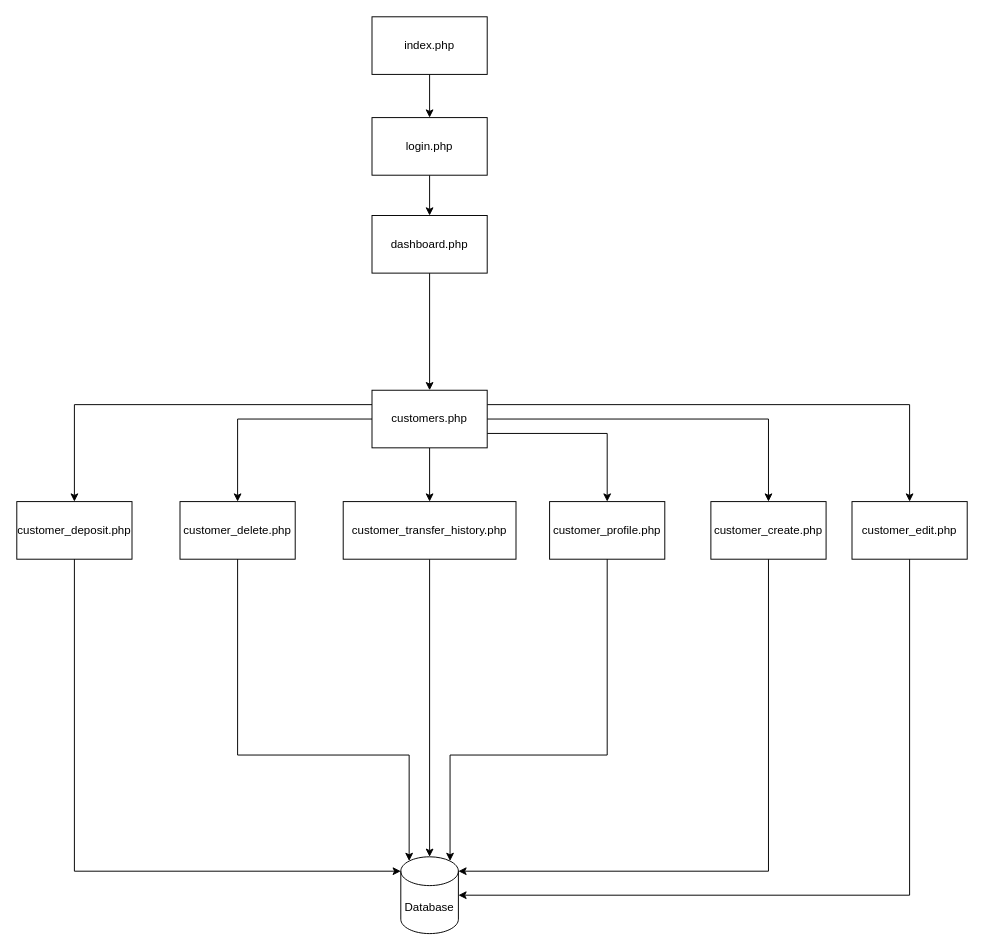
Before: docs/Admin.drawio in We1337/Web-Service-Online-Bank-Php-MySQL, a draw.io diagram. Source tidied: cells renumbered, new cells numbered last; positions are measured from the earlier drawing's top-left corner, leaving out a move shared by most shapes. Both pictures are drawn from the tidied source at 96%, with x=0, y=0 at pixel (16, 16).
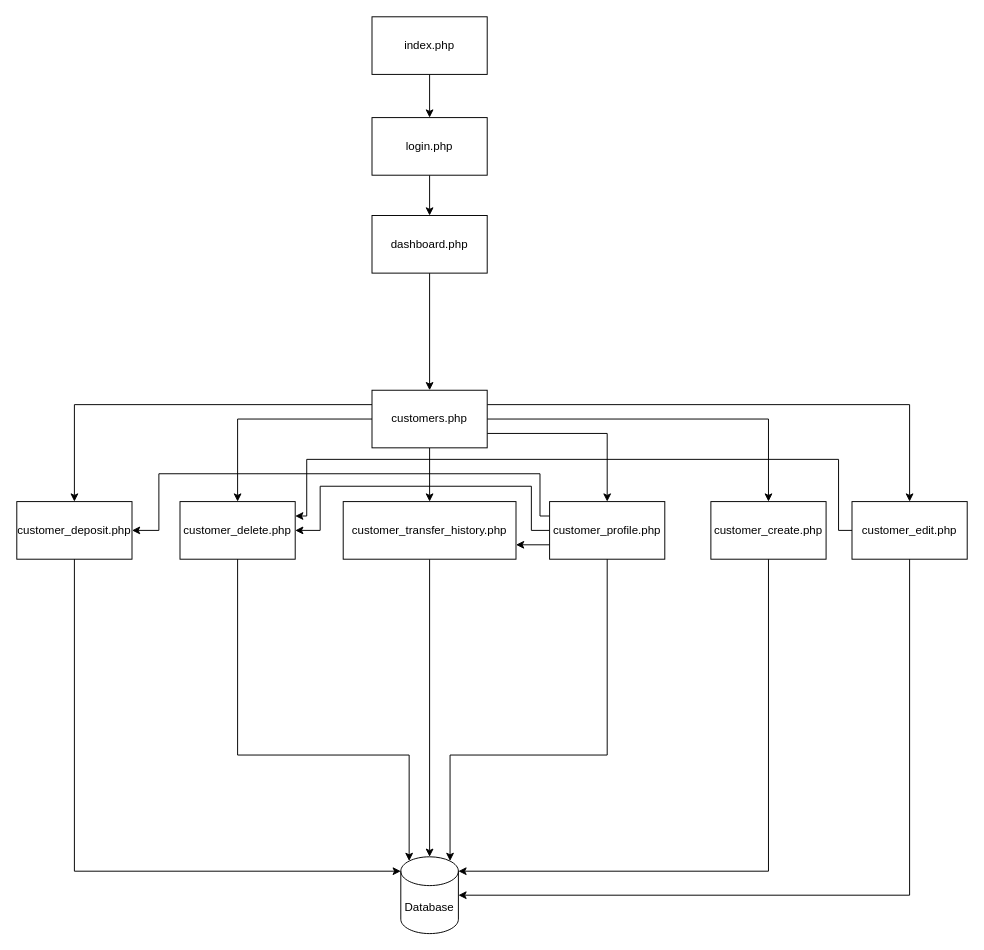
The same diagram, later.

The change refers to these unchanged cells:
```xml
<mxCell id="9" value="customer_delete.php" style="rounded=0;whiteSpace=wrap;html=1;" parent="1" vertex="1">
  <mxGeometry x="170" y="505" width="120" height="60" as="geometry" />
</mxCell>
<mxCell id="17" value="customer_edit.php" style="rounded=0;whiteSpace=wrap;html=1;" parent="1" vertex="1">
  <mxGeometry x="870" y="505" width="120" height="60" as="geometry" />
</mxCell>
<mxCell id="19" value="customer_transfer_history.php" style="rounded=0;whiteSpace=wrap;html=1;" parent="1" vertex="1">
  <mxGeometry x="340" y="505" width="180" height="60" as="geometry" />
</mxCell>
<mxCell id="20" value="customer_deposit.php" style="rounded=0;whiteSpace=wrap;html=1;" parent="1" vertex="1">
  <mxGeometry y="505" width="120" height="60" as="geometry" />
</mxCell>
<mxCell id="21" value="customer_profile.php" style="rounded=0;whiteSpace=wrap;html=1;" parent="1" vertex="1">
  <mxGeometry x="555" y="505" width="120" height="60" as="geometry" />
</mxCell>
```

What changed in the source:
```diff
@@
+    <mxCell id="28" style="edgeStyle=orthogonalEdgeStyle;rounded=0;jettySize=auto;html=1;exitX=0;exitY=0.5;exitDx=0;exitDy=0;entryX=1;entryY=0.25;entryDx=0;entryDy=0;" parent="1" edge="1" source="17" target="9">
+      <mxGeometry relative="1" as="geometry">
+        <Array as="points">
+          <mxPoint x="856" y="535" />
+          <mxPoint x="856" y="461" />
+          <mxPoint x="302" y="461" />
+          <mxPoint x="302" y="520" />
+        </Array>
+      </mxGeometry>
+    </mxCell>
@@
+    <mxCell id="29" style="edgeStyle=orthogonalEdgeStyle;rounded=0;jettySize=auto;html=1;exitX=0;exitY=0.5;exitDx=0;exitDy=0;entryX=1;entryY=0.5;entryDx=0;entryDy=0;" parent="1" edge="1" source="21" target="9">
+      <mxGeometry relative="1" as="geometry">
+        <Array as="points">
+          <mxPoint x="536" y="535" />
+          <mxPoint x="536" y="489" />
+          <mxPoint x="316" y="489" />
+          <mxPoint x="316" y="535" />
+        </Array>
+      </mxGeometry>
+    </mxCell>
+    <mxCell id="30" style="edgeStyle=orthogonalEdgeStyle;rounded=0;jettySize=auto;html=1;exitX=0;exitY=0.25;exitDx=0;exitDy=0;entryX=1;entryY=0.5;entryDx=0;entryDy=0;" parent="1" edge="1" source="21" target="20">
+      <mxGeometry relative="1" as="geometry">
+        <Array as="points">
+          <mxPoint x="545" y="520" />
+          <mxPoint x="545" y="476" />
+          <mxPoint x="148" y="476" />
+          <mxPoint x="148" y="535" />
+        </Array>
+      </mxGeometry>
+    </mxCell>
+    <mxCell id="31" style="edgeStyle=orthogonalEdgeStyle;rounded=0;jettySize=auto;html=1;exitX=0;exitY=0.75;exitDx=0;exitDy=0;entryX=1;entryY=0.75;entryDx=0;entryDy=0;" parent="1" edge="1" source="21" target="19">
+      <mxGeometry relative="1" as="geometry" />
+    </mxCell>
```
